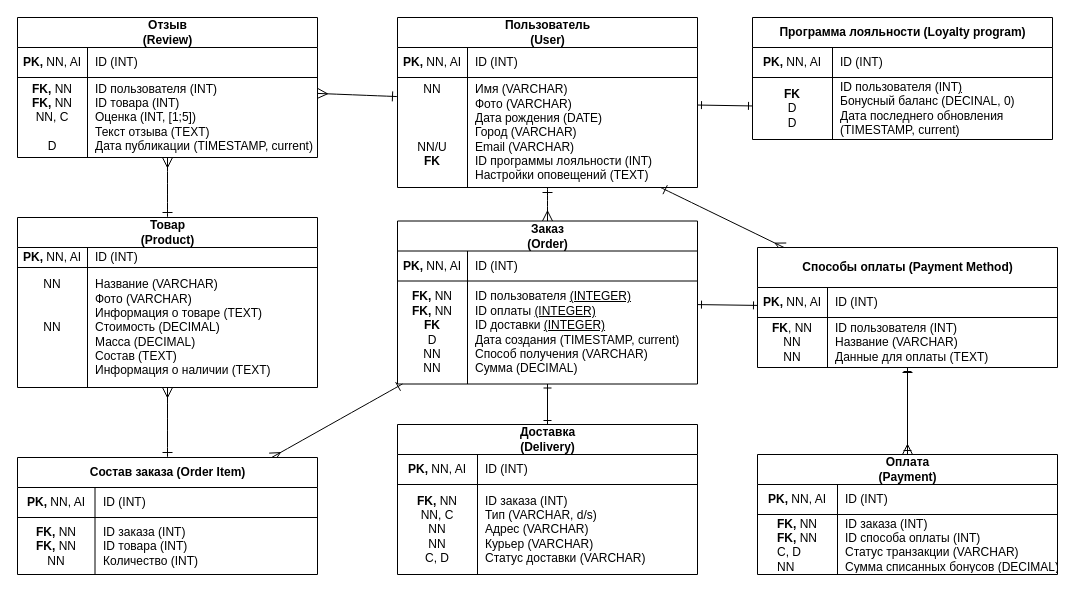
Earlier version of the draw.io diagram LW1 (PDM).drawio (epolyanskiy/ITMO-DBD). Source tidied: cells renumbered, new cells numbered last; positions are measured from the earlier drawing's top-left corner, leaving out a move shared by most shapes. Both pictures are drawn from the tidied source at 100%, with x=0, y=0 at pixel (17, 17).
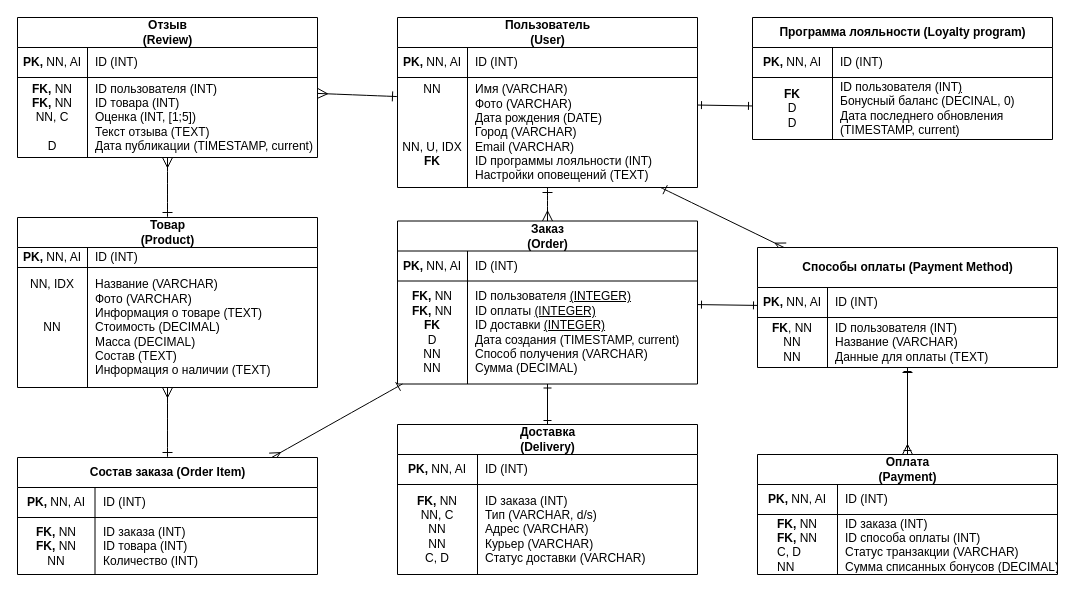
After the change.

The change refers to these unchanged cells:
```xml
<mxCell id="16" style="shape=tableRow;horizontal=0;startSize=0;swimlaneHead=0;swimlaneBody=0;fillColor=none;points=[[0,0.5],[1,0.5]];portConstraint=eastwest;top=0;left=0;right=0;bottom=0;" parent="12" vertex="1">
  <mxGeometry y="60" width="300" height="110" as="geometry" />
</mxCell>
<mxCell id="58" style="shape=tableRow;horizontal=0;startSize=0;swimlaneHead=0;swimlaneBody=0;fillColor=none;top=0;left=0;right=0;bottom=0;" parent="54" vertex="1">
  <mxGeometry y="50" width="300" height="120" as="geometry" />
</mxCell>
```

The edit, as a diff of the source:
```diff
@@
-    <mxCell id="17" value="&lt;div&gt;NN&lt;/div&gt;&lt;div&gt;&lt;br&gt;&lt;/div&gt;&lt;div&gt;&lt;br&gt;&lt;/div&gt;&lt;div&gt;&lt;br&gt;&lt;/div&gt;&lt;div&gt;NN/U&lt;/div&gt;&lt;div&gt;&lt;b&gt;FK&lt;/b&gt;&lt;/div&gt;&lt;div&gt;&lt;br&gt;&lt;/div&gt;" style="shape=partialRectangle;fillColor=none;top=0;left=0;bottom=0;right=0;overflow=hidden;whiteSpace=wrap;html=1;" parent="16" vertex="1">
+    <mxCell id="17" value="&lt;div&gt;NN&lt;/div&gt;&lt;div&gt;&lt;br&gt;&lt;/div&gt;&lt;div&gt;&lt;br&gt;&lt;/div&gt;&lt;div&gt;&lt;br&gt;&lt;/div&gt;&lt;div&gt;NN, U, IDX&lt;/div&gt;&lt;div&gt;&lt;b&gt;FK&lt;/b&gt;&lt;/div&gt;&lt;div&gt;&lt;br&gt;&lt;/div&gt;" style="shape=partialRectangle;fillColor=none;top=0;left=0;bottom=0;right=0;overflow=hidden;whiteSpace=wrap;html=1;" parent="16" vertex="1">
       <mxGeometry width="70" height="110" as="geometry" />
     </mxCell>
@@
-    <mxCell id="59" value="NN&lt;div&gt;&lt;br&gt;&lt;/div&gt;&lt;div&gt;&lt;br&gt;&lt;/div&gt;&lt;div&gt;NN&lt;/div&gt;&lt;div&gt;&lt;br&gt;&lt;/div&gt;&lt;div&gt;&lt;br&gt;&lt;/div&gt;&lt;div&gt;&lt;br&gt;&lt;/div&gt;" style="shape=partialRectangle;fillColor=none;top=0;left=0;bottom=0;right=0;overflow=hidden;whiteSpace=wrap;html=1;" parent="58" vertex="1">
+    <mxCell id="59" value="NN, IDX&lt;div&gt;&lt;br&gt;&lt;/div&gt;&lt;div&gt;&lt;br&gt;&lt;/div&gt;&lt;div&gt;NN&lt;/div&gt;&lt;div&gt;&lt;br&gt;&lt;/div&gt;&lt;div&gt;&lt;br&gt;&lt;/div&gt;&lt;div&gt;&lt;br&gt;&lt;/div&gt;" style="shape=partialRectangle;fillColor=none;top=0;left=0;bottom=0;right=0;overflow=hidden;whiteSpace=wrap;html=1;" parent="58" vertex="1">
       <mxGeometry width="70" height="120" as="geometry" />
     </mxCell>
```
